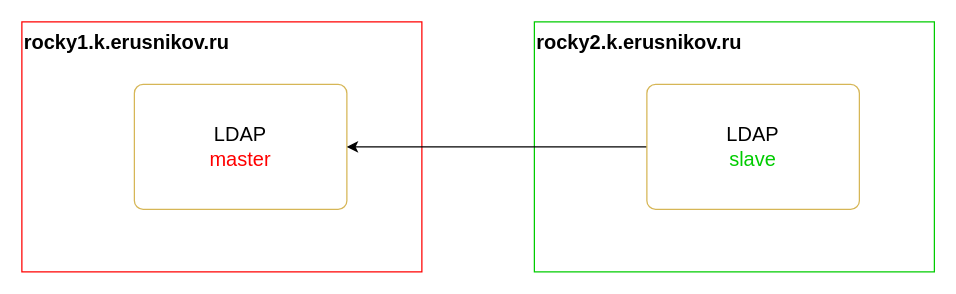
Above: page "ms" (1 of 3) of openldap/multimaster/openldap.drawio in KErushnikov/k8s (draw.io), before the change. Source tidied: cells renumbered, new cells numbered last; positions are measured from the earlier drawing's top-left corner, leaving out a move shared by most shapes. Both pictures are drawn from the tidied source at 125%, with x=0, y=0 at pixel (21, 21).
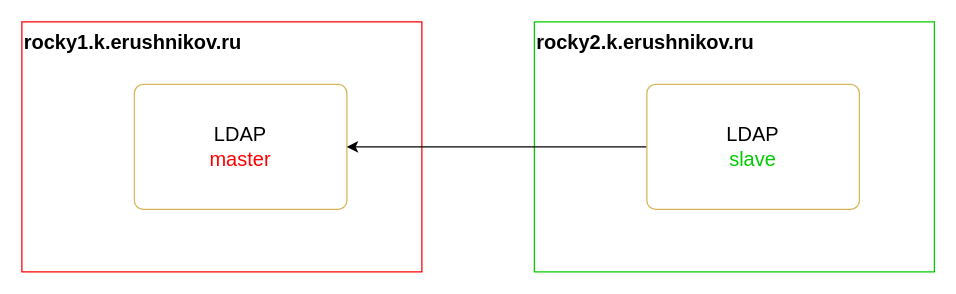
After the change.

What changed in the source:
```diff
@@
 <mxGraphModel>
   <root>
     <mxCell id="0" />
     <mxCell id="1" parent="0" />
-    <mxCell id="2" value="&lt;b&gt;&lt;font style=&quot;font-size: 16px&quot;&gt;rocky1.k.erusnikov.ru&lt;/font&gt;&lt;/b&gt;" style="rounded=0;whiteSpace=wrap;html=1;horizontal=1;verticalAlign=top;align=left;strokeColor=#FF0000;" parent="1" vertex="1">
+    <mxCell id="2" value="&lt;b&gt;&lt;font style=&quot;font-size: 16px&quot;&gt;rocky1.k.erushnikov.ru&lt;/font&gt;&lt;/b&gt;" style="rounded=0;whiteSpace=wrap;html=1;horizontal=1;verticalAlign=top;align=left;strokeColor=#FF0000;" parent="1" vertex="1">
       <mxGeometry width="320" height="200" as="geometry" />
     </mxCell>
     <mxCell id="3" value="&lt;font style=&quot;font-size: 16px&quot;&gt;LDAP&lt;br&gt;&lt;font color=&quot;#ff0000&quot;&gt;master&lt;/font&gt;&lt;br&gt;&lt;/font&gt;" style="rounded=1;whiteSpace=wrap;html=1;align=center;arcSize=7;fillColor=none;strokeColor=#d6b656;" parent="1" vertex="1">
       <mxGeometry x="90" y="50" width="170" height="100" as="geometry" />
     </mxCell>
-    <mxCell id="4" value="&lt;b&gt;&lt;font style=&quot;font-size: 16px&quot;&gt;rocky2.k.erusnikov.ru&lt;/font&gt;&lt;/b&gt;" style="rounded=0;whiteSpace=wrap;html=1;horizontal=1;verticalAlign=top;align=left;strokeColor=#00CC00;" parent="1" vertex="1">
+    <mxCell id="4" value="&lt;b&gt;&lt;font style=&quot;font-size: 16px&quot;&gt;rocky2.k.erushnikov.ru&lt;/font&gt;&lt;/b&gt;" style="rounded=0;whiteSpace=wrap;html=1;horizontal=1;verticalAlign=top;align=left;strokeColor=#00CC00;" parent="1" vertex="1">
       <mxGeometry x="410" width="320" height="200" as="geometry" />
     </mxCell>
     <mxCell id="5" style="edgeStyle=orthogonalEdgeStyle;rounded=0;jettySize=auto;html=1;entryX=1;entryY=0.5;entryDx=0;entryDy=0;" parent="1" edge="1" source="6" target="3">
       <mxGeometry relative="1" as="geometry" />
     </mxCell>
     <mxCell id="6" value="&lt;font style=&quot;font-size: 16px&quot;&gt;LDAP&lt;br&gt;&lt;font color=&quot;#00cc00&quot;&gt;slave&lt;/font&gt;&lt;br&gt;&lt;/font&gt;" style="rounded=1;whiteSpace=wrap;html=1;align=center;arcSize=7;fillColor=none;strokeColor=#d6b656;" parent="1" vertex="1">
       <mxGeometry x="500" y="50" width="170" height="100" as="geometry" />
     </mxCell>
   </root>
 </mxGraphModel>
```
